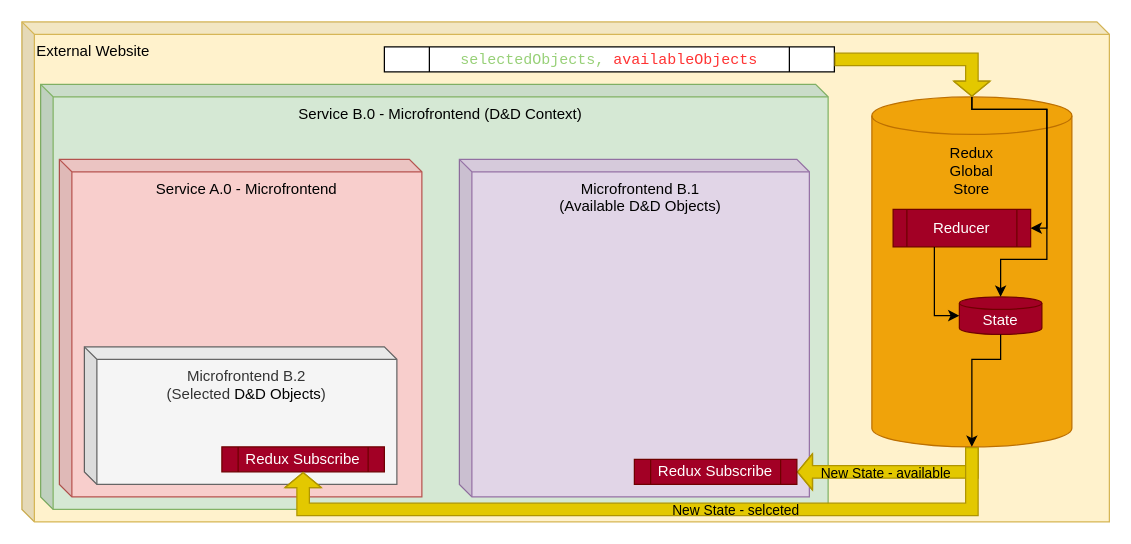
Before: page "Old" (1 of 4) of ComponentDiagram.drawio in Jereczek/Drag-And-Drop-React-Microfrontends, a draw.io diagram. Source tidied: cells renumbered, new cells numbered last; positions are measured from the earlier drawing's top-left corner, leaving out a move shared by most shapes. Both pictures are drawn from the tidied source at 125%, with x=0, y=0 at pixel (21, 21).
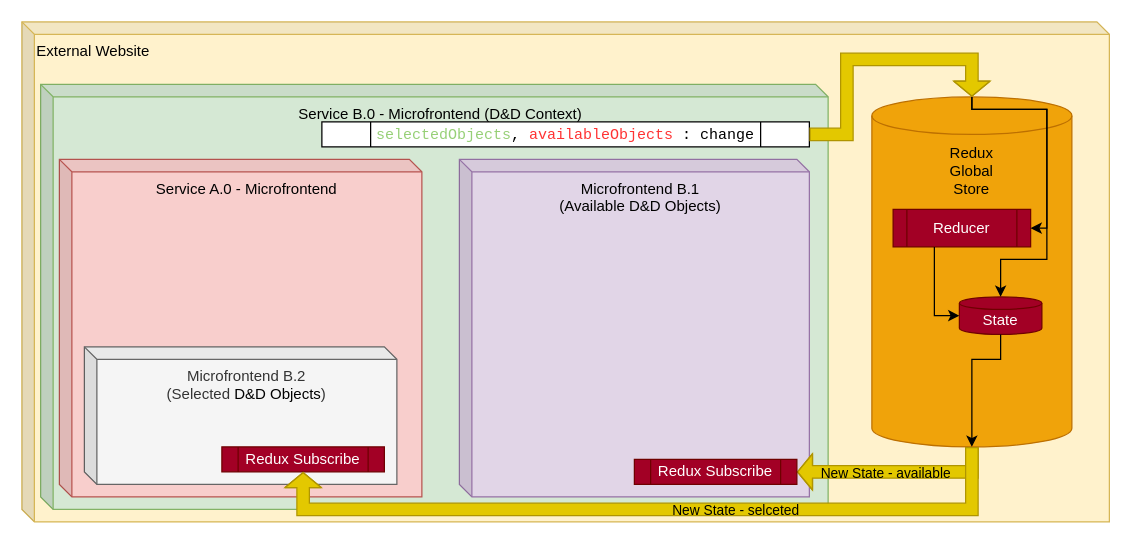
The same page after the edit.

The change refers to these unchanged cells:
```xml
<mxCell id="8" value="Redux&lt;div&gt;Global&lt;/div&gt;&lt;div&gt;Store&lt;/div&gt;&lt;div&gt;&lt;br&gt;&lt;/div&gt;&lt;div&gt;&lt;br&gt;&lt;/div&gt;&lt;div&gt;&lt;br&gt;&lt;/div&gt;&lt;div&gt;&lt;br&gt;&lt;/div&gt;&lt;div&gt;&lt;br&gt;&lt;/div&gt;&lt;div&gt;&lt;br&gt;&lt;/div&gt;&lt;div&gt;&lt;br&gt;&lt;/div&gt;&lt;div&gt;&lt;br&gt;&lt;/div&gt;&lt;div&gt;&lt;br&gt;&lt;/div&gt;&lt;div&gt;&lt;br&gt;&lt;/div&gt;&lt;div&gt;&lt;br&gt;&lt;/div&gt;&lt;div&gt;&lt;br&gt;&lt;/div&gt;&lt;div&gt;&lt;br&gt;&lt;/div&gt;" style="shape=cylinder3;whiteSpace=wrap;html=1;boundedLbl=1;backgroundOutline=1;size=15;fillColor=#f0a30a;fontColor=#000000;strokeColor=#BD7000;" parent="1" vertex="1">
  <mxGeometry x="680" y="60" width="160" height="280" as="geometry" />
</mxCell>
```

What changed in the source:
```diff
@@
-    <mxCell id="7" value="&lt;code&gt;&lt;font color=&quot;#97d077&quot;&gt;selectedObjects,&amp;nbsp;&lt;/font&gt;&lt;/code&gt;&lt;span style=&quot;color: rgb(255, 51, 51); font-family: monospace;&quot;&gt;availableObjects&lt;/span&gt;" style="shape=process;whiteSpace=wrap;html=1;backgroundOutline=1;" parent="1" vertex="1">
-      <mxGeometry x="290" y="20" width="360" height="20" as="geometry" />
+    <mxCell id="7" value="&lt;code&gt;&lt;font color=&quot;#97d077&quot;&gt;selectedObjects&lt;/font&gt;,&lt;font color=&quot;#97d077&quot;&gt;&amp;nbsp;&lt;/font&gt;&lt;/code&gt;&lt;span style=&quot;color: rgb(255, 51, 51); font-family: monospace;&quot;&gt;availableObjects &lt;/span&gt;&lt;span style=&quot;font-family: monospace;&quot;&gt;: change&lt;/span&gt;" style="shape=process;whiteSpace=wrap;html=1;backgroundOutline=1;" parent="1" vertex="1">
+      <mxGeometry x="240" y="80" width="390" height="20" as="geometry" />
     </mxCell>
@@
     <mxCell id="11" style="shape=flexArrow;endArrow=classic;html=1;rounded=0;exitX=1;exitY=0.5;exitDx=0;exitDy=0;entryX=0.5;entryY=0;entryDx=0;entryDy=0;entryPerimeter=0;endWidth=18;endSize=3.67;fillColor=#e3c800;strokeColor=#B09500;" parent="1" edge="1" source="7" target="8">
       <mxGeometry relative="1" as="geometry">
         <Array as="points">
+          <mxPoint x="660" y="90" />
+          <mxPoint x="660" y="30" />
           <mxPoint x="760" y="30" />
         </Array>
       </mxGeometry>
     </mxCell>
```
